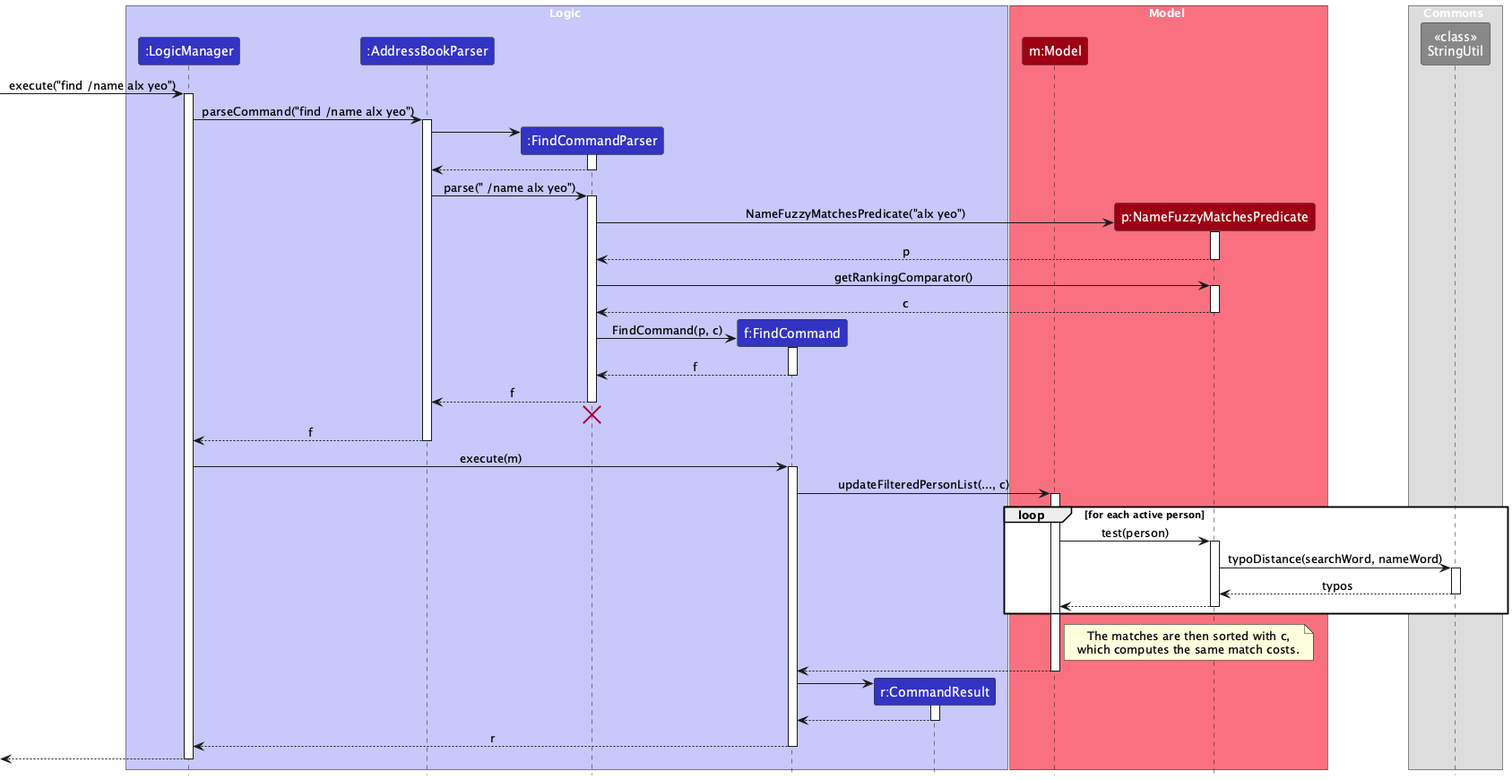
Above: docs/images/FindNameSequenceDiagram.png in AY2627S1-CS2103T-F10-1/tp (PlantUML), before the change.
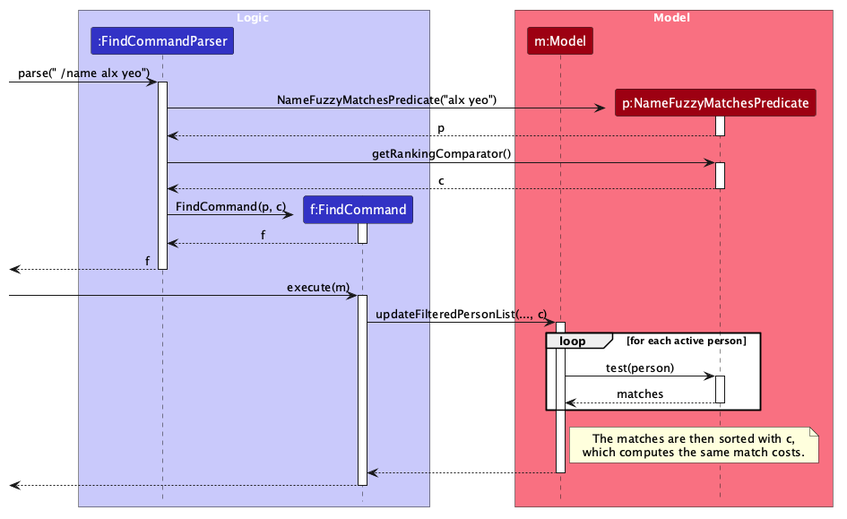
Above is the later version.

Commit message:
DG: Simplify the fuzzy search diagram

The diagram is 1687px wide but shown at 740px, so its text is hard to
read. Most of its width goes to parser creation and CommandResult, which
the general logic diagram already covers.

Let's keep only the predicate, the comparator and the matching loop.

The edit, as a diff of the source:
```diff
@@ -3,11 +3,8 @@
 skinparam ArrowFontStyle plain
 
 box Logic LOGIC_COLOR_T1
-participant ":LogicManager" as LogicManager LOGIC_COLOR
-participant ":AddressBookParser" as AddressBookParser LOGIC_COLOR
 participant ":FindCommandParser" as FindCommandParser LOGIC_COLOR
 participant "f:FindCommand" as FindCommand LOGIC_COLOR
-participant "r:CommandResult" as CommandResult LOGIC_COLOR
 end box
 
 box Model MODEL_COLOR_T1
@@ -15,24 +12,7 @@
 participant "p:NameFuzzyMatchesPredicate" as Predicate MODEL_COLOR
 end box
 
-box Commons #DDDDDD
-participant "<<class>>\nStringUtil" as StringUtil #888888
-end box
-
-[-> LogicManager : execute("find /name alx yeo")
-activate LogicManager
-
-LogicManager -> AddressBookParser : parseCommand("find /name alx yeo")
-activate AddressBookParser
-
-create FindCommandParser
-AddressBookParser -> FindCommandParser
-activate FindCommandParser
-
-FindCommandParser --> AddressBookParser
-deactivate FindCommandParser
-
-AddressBookParser -> FindCommandParser : parse(" /name alx yeo")
+[-> FindCommandParser : parse(" /name alx yeo")
 activate FindCommandParser
 
 create Predicate
@@ -55,15 +35,10 @@
 FindCommand --> FindCommandParser : f
 deactivate FindCommand
 
-FindCommandParser --> AddressBookParser : f
+[<-- FindCommandParser : f
 deactivate FindCommandParser
-FindCommandParser -[hidden]-> AddressBookParser
-destroy FindCommandParser
 
-AddressBookParser --> LogicManager : f
-deactivate AddressBookParser
-
-LogicManager -> FindCommand : execute(m)
+[-> FindCommand : execute(m)
 activate FindCommand
 
 FindCommand -> Model : updateFilteredPersonList(..., c)
@@ -73,13 +48,7 @@
     Model -> Predicate : test(person)
     activate Predicate
 
-    Predicate -> StringUtil : typoDistance(searchWord, nameWord)
-    activate StringUtil
-
-    StringUtil --> Predicate : typos
-    deactivate StringUtil
-
-    Predicate --> Model
+    Predicate --> Model : matches
     deactivate Predicate
 end
 
@@ -91,16 +60,6 @@
 Model --> FindCommand
 deactivate Model
 
-create CommandResult
-FindCommand -> CommandResult
-activate CommandResult
-
-CommandResult --> FindCommand
-deactivate CommandResult
-
-FindCommand --> LogicManager : r
+[<-- FindCommand
 deactivate FindCommand
-
-[<--LogicManager
-deactivate LogicManager
 @enduml
```
